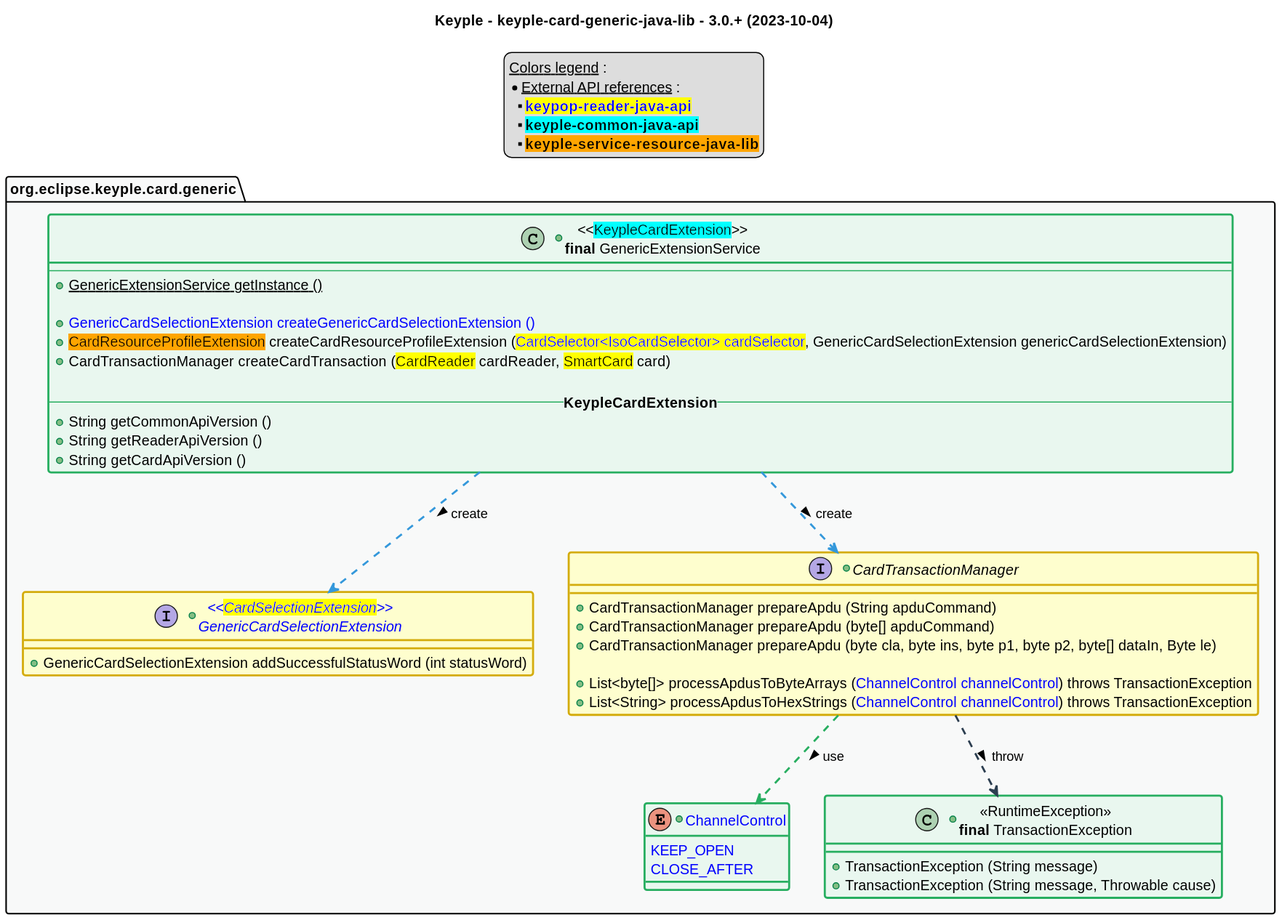
Earlier version of the PlantUML export src/main/uml/api_class_diagram.svg (eclipse-keyple/keyple-card-generic-java-lib).
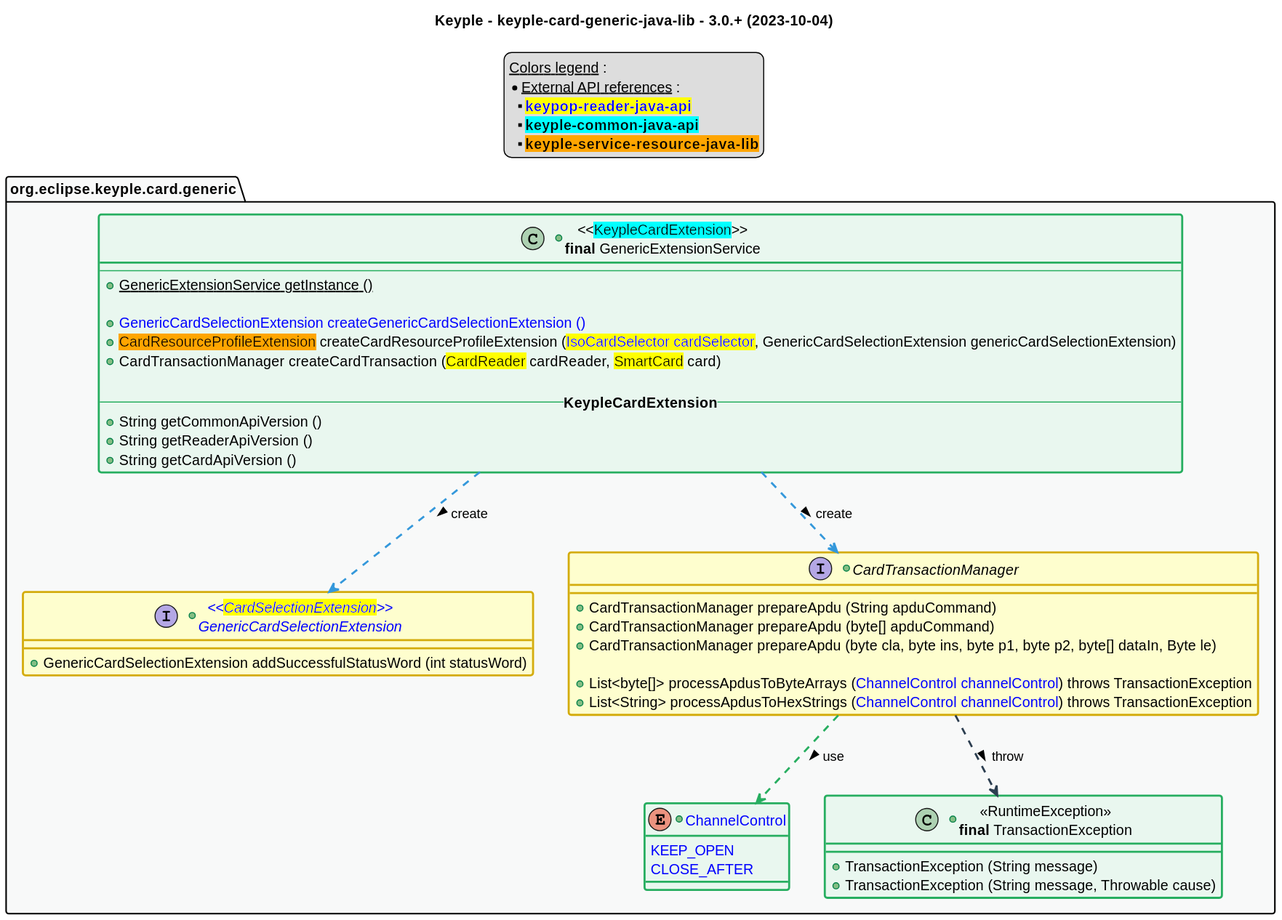
After the change.

Commit message:
docs: update uml class diagram

The edit, as a diff of the source:
```diff
@@ -55,7 +55,7 @@
         +{static} GenericExtensionService getInstance ()
 
         +<color:blue>GenericCardSelectionExtension createGenericCardSelectionExtension ()
-        +<back:orange>CardResourceProfileExtension</back> createCardResourceProfileExtension (<color:blue><back:yellow>CardSelector<IsoCardSelector> cardSelector</back></color>, GenericCardSelectionExtension genericCardSelectionExtension)
+        +<back:orange>CardResourceProfileExtension</back> createCardResourceProfileExtension (<color:blue><back:yellow>IsoCardSelector cardSelector</back></color>, GenericCardSelectionExtension genericCardSelectionExtension)
         +CardTransactionManager createCardTransaction (<back:yellow>CardReader</back> cardReader, <back:yellow>SmartCard</back> card)
 
         -- **KeypleCardExtension** --
```
